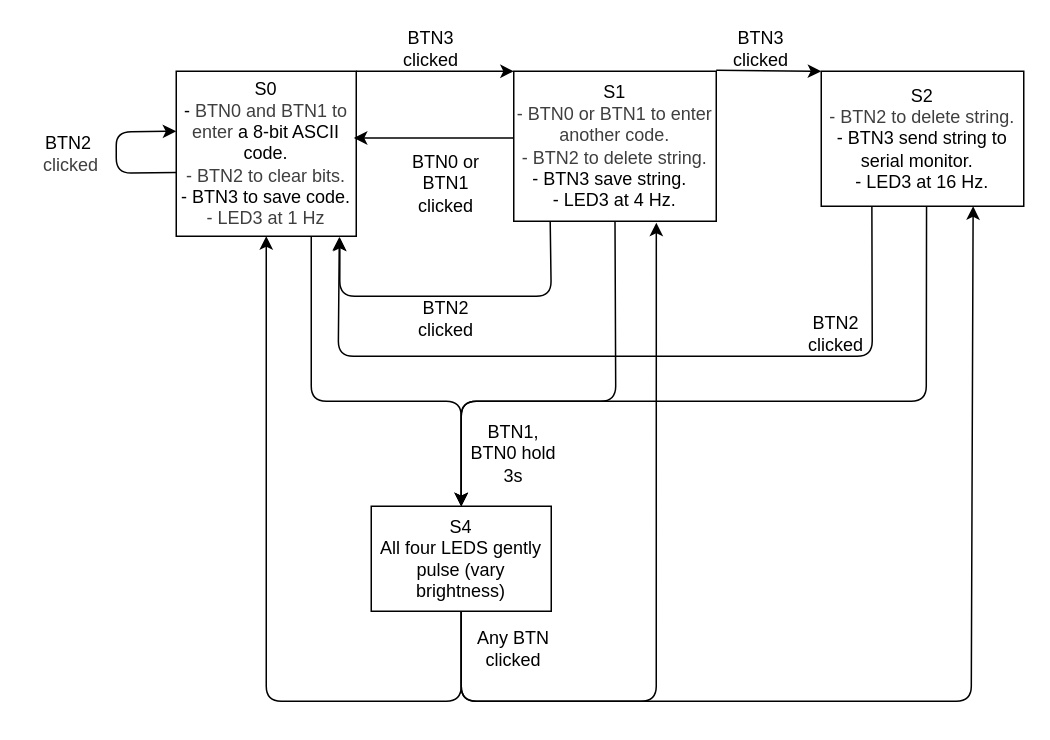
pophoppyshop/eie_nrf52840 keeps this draw.io diagram as app/src/state_machine.drawio. Above is the earlier version. Source tidied: cells renumbered, new cells numbered last; positions are measured from the earlier drawing's top-left corner, leaving out a move shared by most shapes. Both pictures are drawn from the tidied source at 150%, with x=0, y=0 at pixel (26, 26).
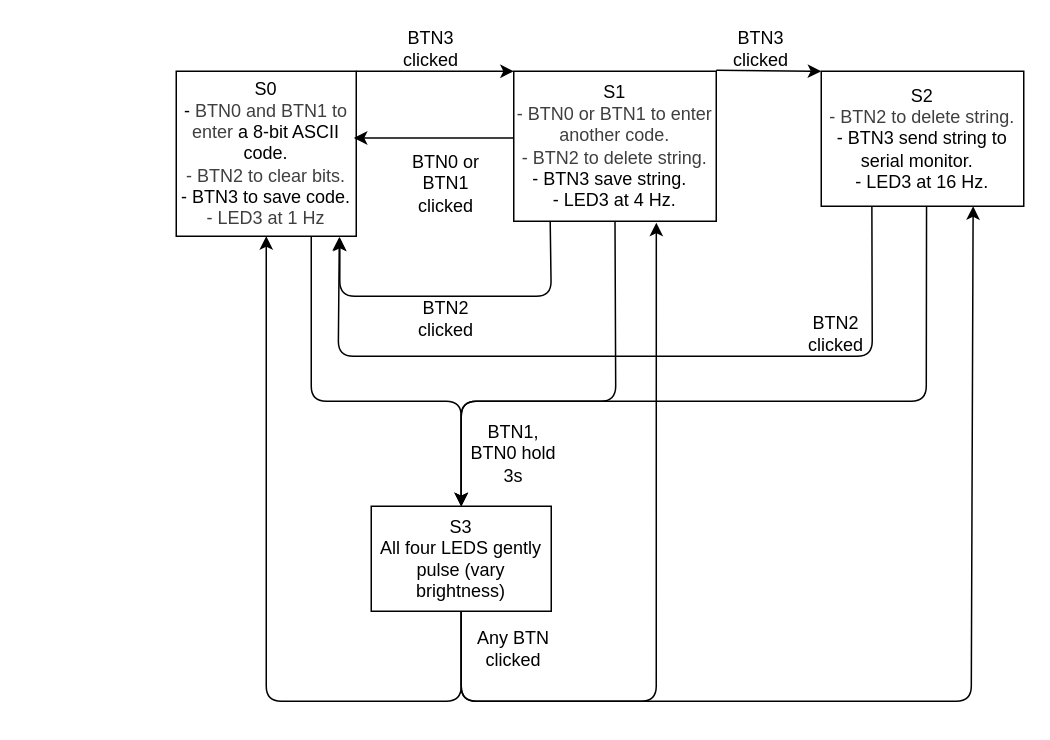
After the change.

The edit, as a diff of the source:
```diff
@@
-    <mxCell id="8" value="S4&lt;div&gt;All four LEDS gently pulse (vary brightness)&lt;/div&gt;" style="rounded=0;whiteSpace=wrap;html=1;" parent="1" vertex="1">
+    <mxCell id="8" value="S3&lt;div&gt;All four LEDS gently pulse (vary brightness)&lt;/div&gt;" style="rounded=0;whiteSpace=wrap;html=1;" parent="1" vertex="1">
       <mxGeometry x="230" y="320" width="120" height="70" as="geometry" />
     </mxCell>
@@
-    <mxCell id="16" style="edgeStyle=none;html=1;exitX=0;exitY=0.5;exitDx=0;exitDy=0;entryX=0;entryY=0.25;entryDx=0;entryDy=0;" parent="1" edge="1">
-      <mxGeometry relative="1" as="geometry">
-        <mxPoint x="100" y="97.5" as="sourcePoint" />
-        <mxPoint x="100" y="70" as="targetPoint" />
-        <Array as="points">
-          <mxPoint x="60" y="98" />
-          <mxPoint x="60" y="70.5" />
-        </Array>
-      </mxGeometry>
-    </mxCell>
-    <mxCell id="17" value="BTN2&lt;span style=&quot;color: rgb(63, 63, 63); background-color: transparent;&quot;&gt;&amp;nbsp;&lt;/span&gt;&lt;div&gt;&lt;span style=&quot;color: rgb(63, 63, 63); background-color: transparent;&quot;&gt;clicked&lt;/span&gt;&lt;/div&gt;" style="text;html=1;align=center;verticalAlign=middle;whiteSpace=wrap;rounded=0;" parent="1" vertex="1">
-      <mxGeometry y="70" width="60" height="30" as="geometry" />
-    </mxCell>
```
